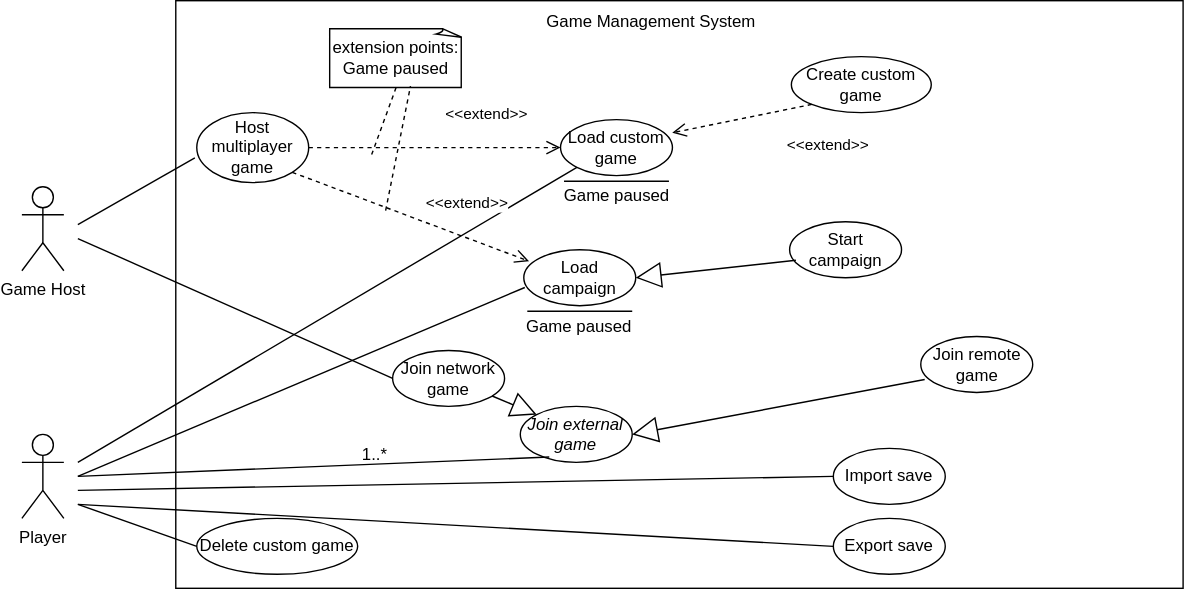
Earlier version of the draw.io export SE202526/Milestone2/UseCases/DiogoAntunes/UseCaseDiagram.svg (gabits17/Mindustry-Add-ons-SE-Project). Source tidied: cells renumbered, new cells last; positions are measured from the earlier drawing's top-left corner, leaving out a move shared by most shapes.
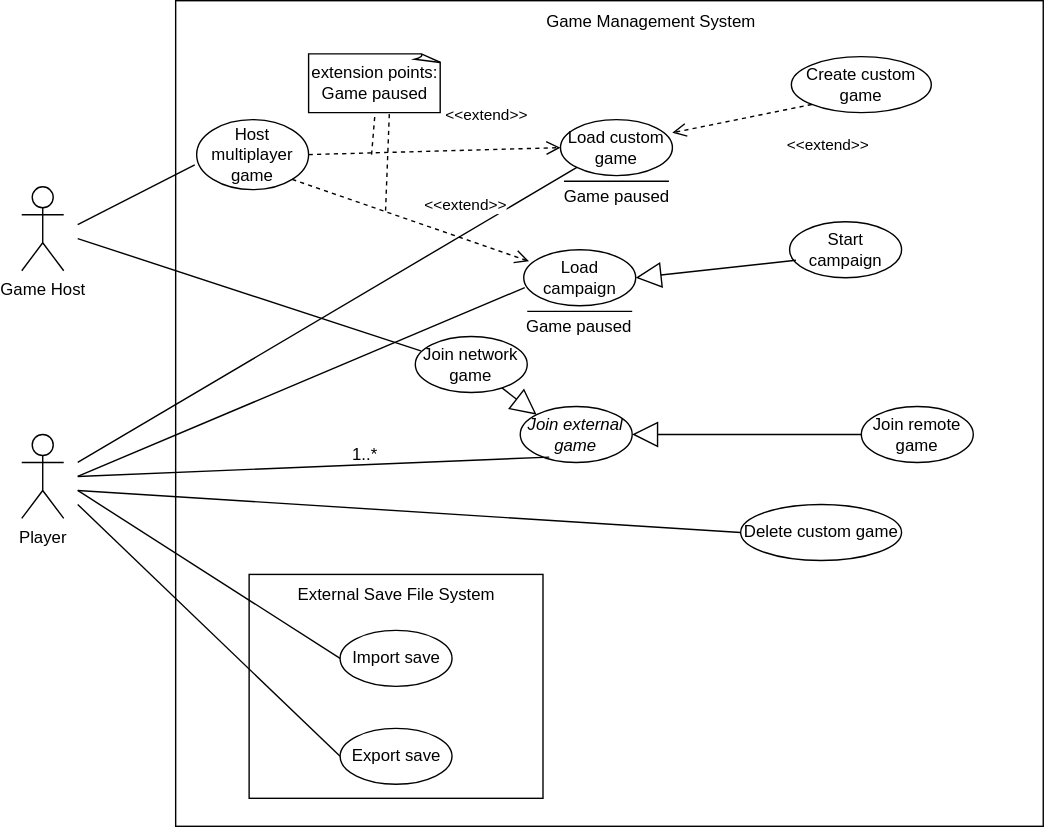
Later version of the same file.

Commit message:
Diogo Antunes 67763: Ammend use case with sub-diagram

Diff of the diagram source:
```diff
@@ -3,8 +3,11 @@
     <mxCell id="0" />
     <mxCell id="1" parent="0" />
     <mxCell id="2" style="rounded=0;whiteSpace=wrap;html=1;" parent="1" vertex="1">
-      <mxGeometry x="110" width="720" height="420" as="geometry" />
+      <mxGeometry x="110" width="620" height="590" as="geometry" />
     </mxCell>
+    <mxCell id="39" style="rounded=0;whiteSpace=wrap;html=1;" parent="1" vertex="1">
+      <mxGeometry x="162.5" y="410" width="210" height="160" as="geometry" />
+    </mxCell>
     <mxCell id="3" value="Game Management System" style="text;html=1;whiteSpace=wrap;strokeColor=none;fillColor=none;align=center;verticalAlign=middle;rounded=0;" parent="1" vertex="1">
       <mxGeometry x="320" width="260" height="30" as="geometry" />
     </mxCell>
@@ -15,16 +18,16 @@
       <mxGeometry y="310" width="30" height="60" as="geometry" />
     </mxCell>
     <mxCell id="6" value="Delete custom game" style="ellipse;whiteSpace=wrap;html=1;" parent="1" vertex="1">
-      <mxGeometry x="125" y="370" width="115" height="40" as="geometry" />
+      <mxGeometry x="513.8" y="360" width="115" height="40" as="geometry" />
     </mxCell>
     <mxCell id="7" value="Export save" style="ellipse;whiteSpace=wrap;html=1;" parent="1" vertex="1">
-      <mxGeometry x="580" y="370" width="80" height="40" as="geometry" />
+      <mxGeometry x="227.5" y="520" width="80" height="40" as="geometry" />
     </mxCell>
     <mxCell id="8" value="Import save" style="ellipse;whiteSpace=wrap;html=1;" parent="1" vertex="1">
-      <mxGeometry x="580" y="320" width="80" height="40" as="geometry" />
+      <mxGeometry x="227.5" y="450" width="80" height="40" as="geometry" />
     </mxCell>
     <mxCell id="9" value="Host multiplayer game" style="ellipse;whiteSpace=wrap;html=1;" parent="1" vertex="1">
-      <mxGeometry x="125" y="80" width="80" height="50" as="geometry" />
+      <mxGeometry x="125" y="85" width="80" height="50" as="geometry" />
     </mxCell>
     <mxCell id="10" value="Load campaign" style="ellipse;whiteSpace=wrap;html=1;" parent="1" vertex="1">
       <mxGeometry x="358.8" y="178" width="80" height="40" as="geometry" />
@@ -44,7 +47,7 @@
       <mxGeometry x="0.41" y="15" relative="1" as="geometry" />
     </mxCell>
     <mxCell id="15" value="extension points:&lt;div&gt;Game paused&lt;/div&gt;" style="whiteSpace=wrap;html=1;shape=mxgraph.basic.document;" parent="1" vertex="1">
-      <mxGeometry x="220" y="20" width="95" height="42" as="geometry" />
+      <mxGeometry x="205" y="38" width="95" height="42" as="geometry" />
     </mxCell>
     <mxCell id="16" style="endArrow=none;dashed=1;html=1;rounded=0;entryX=0.5;entryY=1;entryDx=0;entryDy=0;entryPerimeter=0;" parent="1" edge="1" target="15">
       <mxGeometry relative="1" as="geometry">
@@ -62,7 +65,7 @@
     </mxCell>
     <mxCell id="20" style="endArrow=none;html=1;rounded=0;entryX=0;entryY=0.5;entryDx=0;entryDy=0;" parent="1" edge="1" target="6">
       <mxGeometry relative="1" as="geometry">
-        <mxPoint x="40" y="360" as="sourcePoint" />
+        <mxPoint x="40" y="350" as="sourcePoint" />
       </mxGeometry>
     </mxCell>
     <mxCell id="21" style="endArrow=none;html=1;rounded=0;entryX=0;entryY=0.5;entryDx=0;entryDy=0;" parent="1" edge="1" target="7">
@@ -89,12 +92,12 @@
       </mxGeometry>
     </mxCell>
     <mxCell id="26" value="Join network game" style="ellipse;whiteSpace=wrap;html=1;" parent="1" vertex="1">
-      <mxGeometry x="265" y="250" width="80" height="40" as="geometry" />
+      <mxGeometry x="281.2" y="240" width="80" height="40" as="geometry" />
     </mxCell>
     <mxCell id="27" value="Join remote game" style="ellipse;whiteSpace=wrap;html=1;" parent="1" vertex="1">
-      <mxGeometry x="642.5" y="240" width="80" height="40" as="geometry" />
+      <mxGeometry x="600" y="290" width="80" height="40" as="geometry" />
     </mxCell>
-    <mxCell id="28" style="endArrow=none;html=1;rounded=0;entryX=0;entryY=0.5;entryDx=0;entryDy=0;" parent="1" edge="1" target="26">
+    <mxCell id="28" style="endArrow=none;html=1;rounded=0;entryX=0.049;entryY=0.255;entryDx=0;entryDy=0;entryPerimeter=0;" parent="1" edge="1" target="26">
       <mxGeometry relative="1" as="geometry">
         <mxPoint x="40" y="170" as="sourcePoint" />
       </mxGeometry>
@@ -102,11 +105,11 @@
     <mxCell id="29" style="endArrow=block;endSize=16;endFill=0;html=1;rounded=0;entryX=0;entryY=0;entryDx=0;entryDy=0;" parent="1" edge="1" source="26" target="24">
       <mxGeometry relative="1" as="geometry" />
     </mxCell>
-    <mxCell id="30" style="endArrow=block;endSize=16;endFill=0;html=1;rounded=0;exitX=0.035;exitY=0.769;exitDx=0;exitDy=0;entryX=1;entryY=0.5;entryDx=0;entryDy=0;exitPerimeter=0;" parent="1" edge="1" source="27" target="24">
+    <mxCell id="30" style="endArrow=block;endSize=16;endFill=0;html=1;rounded=0;exitX=0;exitY=0.5;exitDx=0;exitDy=0;entryX=1;entryY=0.5;entryDx=0;entryDy=0;" parent="1" edge="1" source="27" target="24">
       <mxGeometry relative="1" as="geometry" />
     </mxCell>
     <mxCell id="31" value="1..*" style="text;html=1;whiteSpace=wrap;strokeColor=none;fillColor=none;align=center;verticalAlign=middle;rounded=0;" parent="1" vertex="1">
-      <mxGeometry x="235" y="310" width="35" height="30" as="geometry" />
+      <mxGeometry x="227.5" y="310" width="35" height="30" as="geometry" />
     </mxCell>
     <mxCell id="32" value="Create custom game" style="ellipse;whiteSpace=wrap;html=1;" parent="1" vertex="1">
       <mxGeometry x="550" y="40" width="100" height="40" as="geometry" />
@@ -135,5 +138,8 @@
         <mxPoint x="260" y="150" as="sourcePoint" />
       </mxGeometry>
     </mxCell>
+    <mxCell id="40" value="External Save File System" style="text;html=1;whiteSpace=wrap;strokeColor=none;fillColor=none;align=center;verticalAlign=middle;rounded=0;" parent="1" vertex="1">
+      <mxGeometry x="172.5" y="410" width="190" height="30" as="geometry" />
+    </mxCell>
   </root>
 </mxGraphModel>
```
